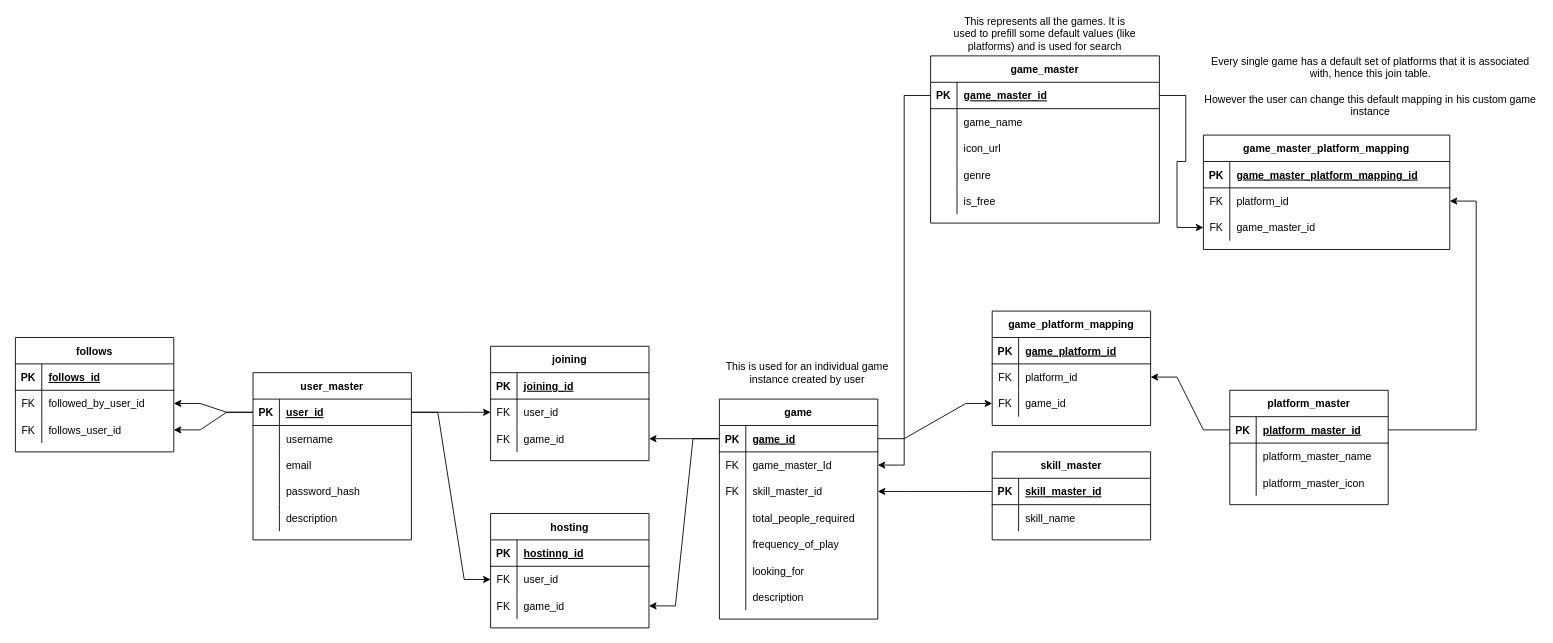
Before: erd.drawio in Sanil2108/Khelega, a draw.io diagram. Source tidied: cells renumbered, new cells numbered last; positions are measured from the earlier drawing's top-left corner, leaving out a move shared by most shapes. Both pictures are drawn from the tidied source at 88%, with x=0, y=0 at pixel (15, 20).
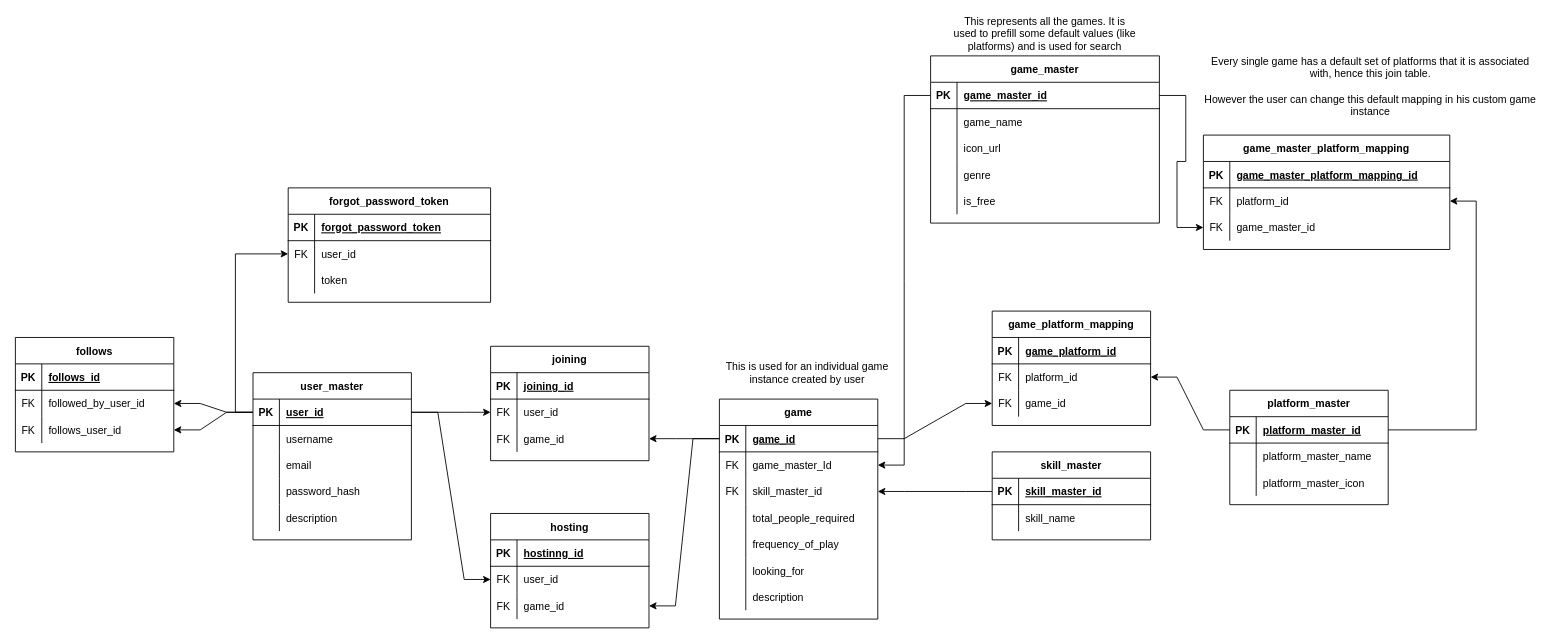
The same diagram, later.

Commit message:
Updated ERD for forgot password flow

Unchanged cells that the change refers to:
```xml
<mxCell id="3" style="shape=partialRectangle;fillColor=none;top=0;left=0;bottom=1;right=0;points=[[0,0.5],[1,0.5]];portConstraint=eastwest;" parent="2" vertex="1">
  <mxGeometry y="30" width="180" height="30" as="geometry" />
</mxCell>
```

The edit, as a diff of the source:
```diff
@@
+    <mxCell id="139" value="forgot_password_token" style="shape=table;startSize=30;childLayout=tableLayout;rowLines=0;fontStyle=1;align=center;" parent="1" vertex="1">
+      <mxGeometry x="310" y="190" width="230" height="130" as="geometry" />
+    </mxCell>
+    <mxCell id="140" style="shape=partialRectangle;fillColor=none;top=0;left=0;bottom=1;right=0;" parent="139" vertex="1">
+      <mxGeometry y="30" width="230" height="30" as="geometry" />
+    </mxCell>
+    <mxCell id="141" value="PK" style="shape=partialRectangle;fillColor=none;top=0;left=0;bottom=0;right=0;fontStyle=1;overflow=hidden;" parent="140" vertex="1">
+      <mxGeometry width="30" height="30" as="geometry" />
+    </mxCell>
+    <mxCell id="142" value="forgot_password_token" style="shape=partialRectangle;fillColor=none;top=0;left=0;bottom=0;right=0;align=left;spacingLeft=6;fontStyle=5;overflow=hidden;" parent="140" vertex="1">
+      <mxGeometry x="30" width="200" height="30" as="geometry" />
+    </mxCell>
+    <mxCell id="143" style="shape=partialRectangle;fillColor=none;top=0;left=0;bottom=0;right=0;points=[[0,0.5],[1,0.5]];portConstraint=eastwest;" parent="139" vertex="1">
+      <mxGeometry y="60" width="230" height="30" as="geometry" />
+    </mxCell>
+    <mxCell id="144" value="FK" style="shape=partialRectangle;fillColor=none;top=0;left=0;bottom=0;right=0;overflow=hidden;" parent="143" vertex="1">
+      <mxGeometry width="30" height="30" as="geometry" />
+    </mxCell>
+    <mxCell id="145" value="user_id" style="shape=partialRectangle;fillColor=none;top=0;left=0;bottom=0;right=0;align=left;spacingLeft=6;overflow=hidden;" parent="143" vertex="1">
+      <mxGeometry x="30" width="200" height="30" as="geometry" />
+    </mxCell>
+    <mxCell id="146" style="shape=partialRectangle;fillColor=none;top=0;left=0;bottom=0;right=0;" parent="139" vertex="1">
+      <mxGeometry y="90" width="230" height="30" as="geometry" />
+    </mxCell>
+    <mxCell id="147" style="shape=partialRectangle;fillColor=none;top=0;left=0;bottom=0;right=0;overflow=hidden;" parent="146" vertex="1">
+      <mxGeometry width="30" height="30" as="geometry" />
+    </mxCell>
+    <mxCell id="148" value="token" style="shape=partialRectangle;fillColor=none;top=0;left=0;bottom=0;right=0;align=left;spacingLeft=6;overflow=hidden;" parent="146" vertex="1">
+      <mxGeometry x="30" width="200" height="30" as="geometry" />
+    </mxCell>
+    <mxCell id="149" style="edgeStyle=orthogonalEdgeStyle;rounded=0;jettySize=auto;html=1;" parent="1" edge="1" source="3" target="143">
+      <mxGeometry relative="1" as="geometry">
+        <Array as="points">
+          <mxPoint x="250" y="445" />
+          <mxPoint x="250" y="265" />
+        </Array>
+      </mxGeometry>
+    </mxCell>
```
